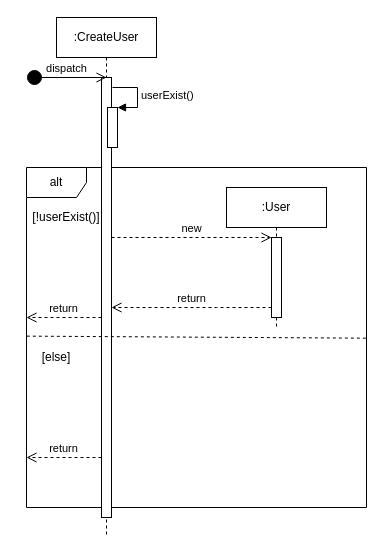
Before: Diagrammes/SequenceDiagrams/createUser.drawio in NNepper/LSINF1225-2020-GroupeL1.1-WishList, a draw.io diagram. Source tidied: cells renumbered, new cells numbered last; positions are measured from the earlier drawing's top-left corner, leaving out a move shared by most shapes. Both pictures are drawn from the tidied source at 100%, with x=0, y=0 at pixel (26, 17).
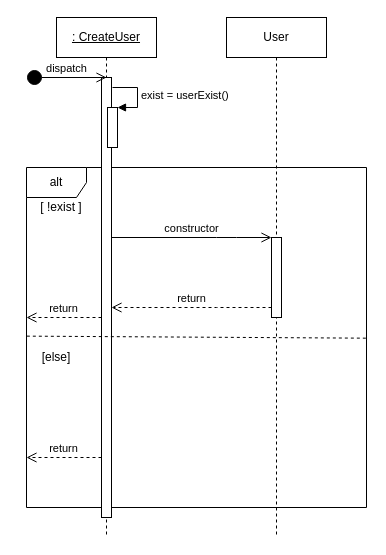
The same page after the edit.

Commit message (it also covers changes not shown here):
Correction de quelques erreurs de notation

The change refers to these unchanged cells:
```xml
<mxCell id="4" style="html=1;points=[];perimeter=orthogonalPerimeter;" parent="3" vertex="1">
  <mxGeometry x="45" y="60" width="10" height="440" as="geometry" />
</mxCell>
<mxCell id="5" style="html=1;points=[];perimeter=orthogonalPerimeter;" parent="3" vertex="1">
  <mxGeometry x="51" y="90" width="10" height="40" as="geometry" />
</mxCell>
<mxCell id="12" style="html=1;points=[];perimeter=orthogonalPerimeter;" parent="1" vertex="1">
  <mxGeometry x="245" y="220" width="10" height="80" as="geometry" />
</mxCell>
```

The edit, as a diff of the source:
```diff
@@
-    <mxCell id="3" value=":CreateUser" style="shape=umlLifeline;perimeter=lifelinePerimeter;whiteSpace=wrap;html=1;" parent="1" vertex="1">
+    <mxCell id="3" value="&lt;u&gt;: CreateUser&lt;/u&gt;" style="shape=umlLifeline;perimeter=lifelinePerimeter;whiteSpace=wrap;html=1;" parent="1" vertex="1">
       <mxGeometry x="30" width="100" height="520" as="geometry" />
     </mxCell>
@@
-    <mxCell id="6" value="userExist()" style="edgeStyle=orthogonalEdgeStyle;html=1;align=left;spacingLeft=2;endArrow=block;rounded=0;entryX=1;entryY=0;" parent="3" edge="1" target="5">
+    <mxCell id="6" value="exist = userExist()" style="edgeStyle=orthogonalEdgeStyle;html=1;align=left;spacingLeft=2;endArrow=block;rounded=0;entryX=1;entryY=0;" parent="3" edge="1" target="5">
       <mxGeometry relative="1" as="geometry">
         <mxPoint x="56" y="70" as="sourcePoint" />
         <Array as="points">
           <mxPoint x="81" y="70" />
         </Array>
       </mxGeometry>
     </mxCell>
@@
-    <mxCell id="8" value="[!userExist()]" style="text;html=1;strokeColor=none;fillColor=none;align=center;verticalAlign=middle;whiteSpace=wrap;rounded=0;" parent="1" vertex="1">
-      <mxGeometry x="20" y="190" width="40" height="20" as="geometry" />
+    <mxCell id="8" value="[ !exist ]" style="text;html=1;strokeColor=none;fillColor=none;align=center;verticalAlign=middle;whiteSpace=wrap;rounded=0;" parent="1" vertex="1">
+      <mxGeometry x="10" y="180" width="50" height="20" as="geometry" />
     </mxCell>
-    <mxCell id="9" value=":User" style="shape=umlLifeline;perimeter=lifelinePerimeter;whiteSpace=wrap;html=1;" parent="1" vertex="1">
-      <mxGeometry x="200" y="170" width="100" height="140" as="geometry" />
+    <mxCell id="9" value="User" style="shape=umlLifeline;perimeter=lifelinePerimeter;whiteSpace=wrap;html=1;" parent="1" vertex="1">
+      <mxGeometry x="200" width="100" height="520" as="geometry" />
     </mxCell>
-    <mxCell id="10" value="new" style="html=1;verticalAlign=bottom;endArrow=open;dashed=1;endSize=8;" parent="1" edge="1" source="4" target="12">
+    <mxCell id="10" value="constructor" style="html=1;verticalAlign=bottom;endArrow=open;endSize=8;" parent="1" edge="1" source="4" target="12">
       <mxGeometry relative="1" as="geometry">
         <Array as="points">
           <mxPoint x="200" y="220" />
         </Array>
       </mxGeometry>
     </mxCell>
```
